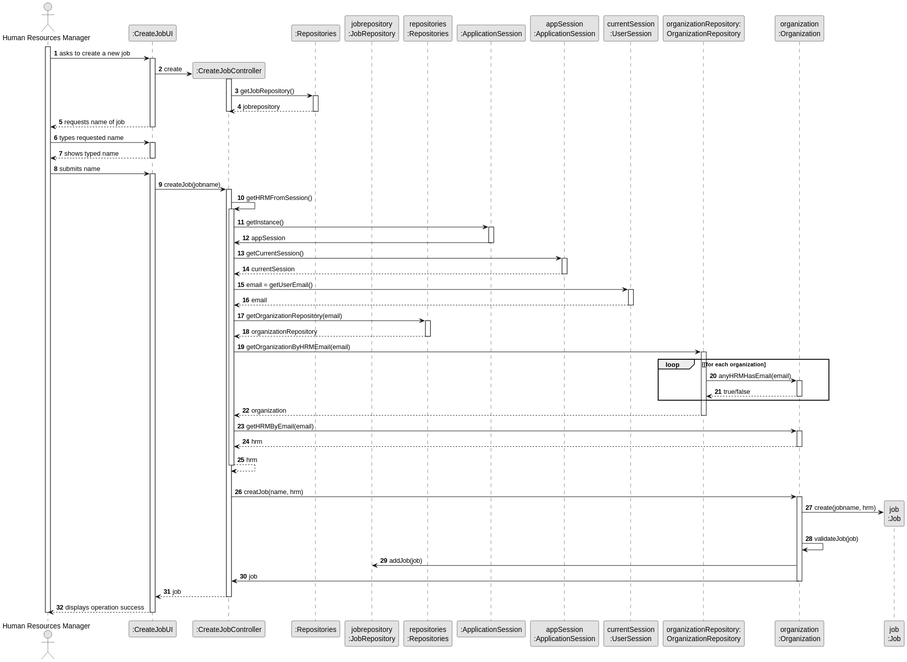
This is docs/sprint2/us002/03.design/svg/us002-sequence-diagram-full.svg from tiagosoa/lei-24-s2-1dgh-g073, a PlantUML export, as it was before one commit.
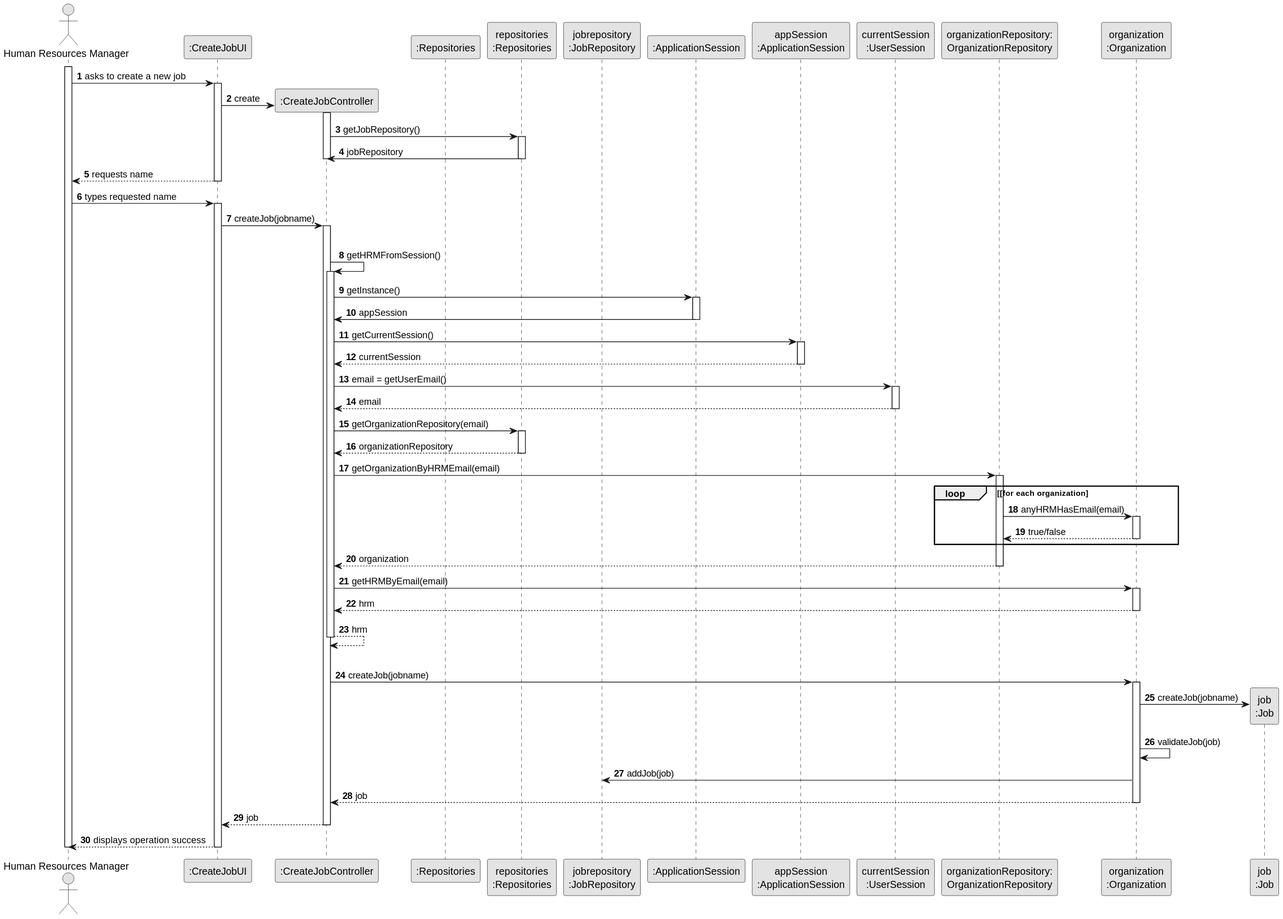
The same file after the commit.

What changed in the source:
```diff
@@ -9,8 +9,8 @@
 participant ":CreateJobUI" as UI
 participant ":CreateJobController" as CTRL
 participant ":Repositories" as RepositorySingleton
-participant "jobrepository\n:JobRepository" as JR
 participant "repositories\n:Repositories" as PLAT
+participant "jobrepository\n:JobRepository" as SR
 participant ":ApplicationSession" as _APP
 participant "appSession\n:ApplicationSession" as APP
 participant "currentSession\n:UserSession" as SESSAO
@@ -25,32 +25,28 @@
         activate UI
 
             UI -> CTRL** : create
+
             activate CTRL
 
-                CTRL -> RepositorySingleton : getJobRepository()
-                activate RepositorySingleton
+                 CTRL -> PLAT : getJobRepository()
+                         activate PLAT
 
-                    RepositorySingleton --> CTRL: jobrepository
-                deactivate RepositorySingleton
-                deactivate CTRL
-
-        UI --> ADM : requests name of job
+                     PLAT -> CTRL : jobRepository
+                     deactivate PLAT
+    deactivate CTRL
+    UI --> ADM : requests name
     deactivate UI
 
     ADM -> UI : types requested name
     activate UI
 
-        UI --> ADM : shows typed name
-    deactivate UI
+        UI -> CTRL : createJob(jobname)
+        activate CTRL
 
-    ADM -> UI : submits name
-    activate UI
-
-    UI -> CTRL : createJob(jobname)
-    activate CTRL
-
+            |||
             CTRL -> CTRL : getHRMFromSession()
             activate CTRL
+
                 CTRL -> _APP: getInstance()
                 activate _APP
                     _APP -> CTRL: appSession
@@ -100,14 +96,19 @@
             deactivate CTRL
 
             |||
-            CTRL -> ORG: creatJob(name, hrm)
+            CTRL -> ORG: createJob(jobname)
             activate ORG
 
-                ORG -> TAREFA**: create(jobname, hrm)
+                ORG -> TAREFA**: createJob(jobname)
+
                 ORG -> ORG: validateJob(job)
-                ORG -> JR: addJob(job)
-                ORG -> CTRL: job
-deactivate ORG
+
+                ORG -> SR: addJob(job)
+
+
+                ORG --> CTRL : job
+
+            deactivate ORG
 
             CTRL --> UI: job
             deactivate CTRL
```
